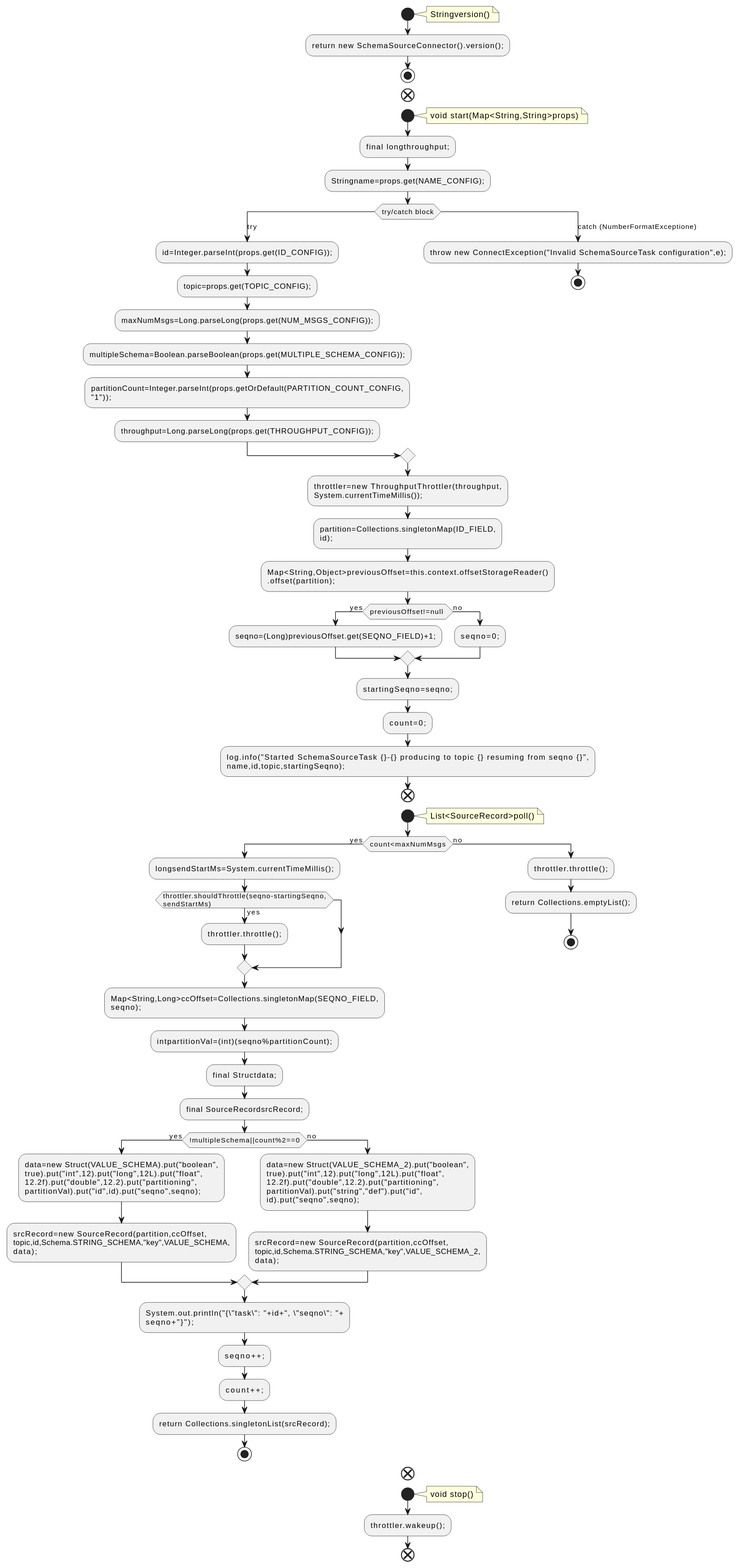
Above: docs/qc/connect/runtime/src/main/java/org/apache/kafka/connect/tools/SchemaSourceTask.java.fct.svg in qualitesys/kafka (PlantUML), before the change.
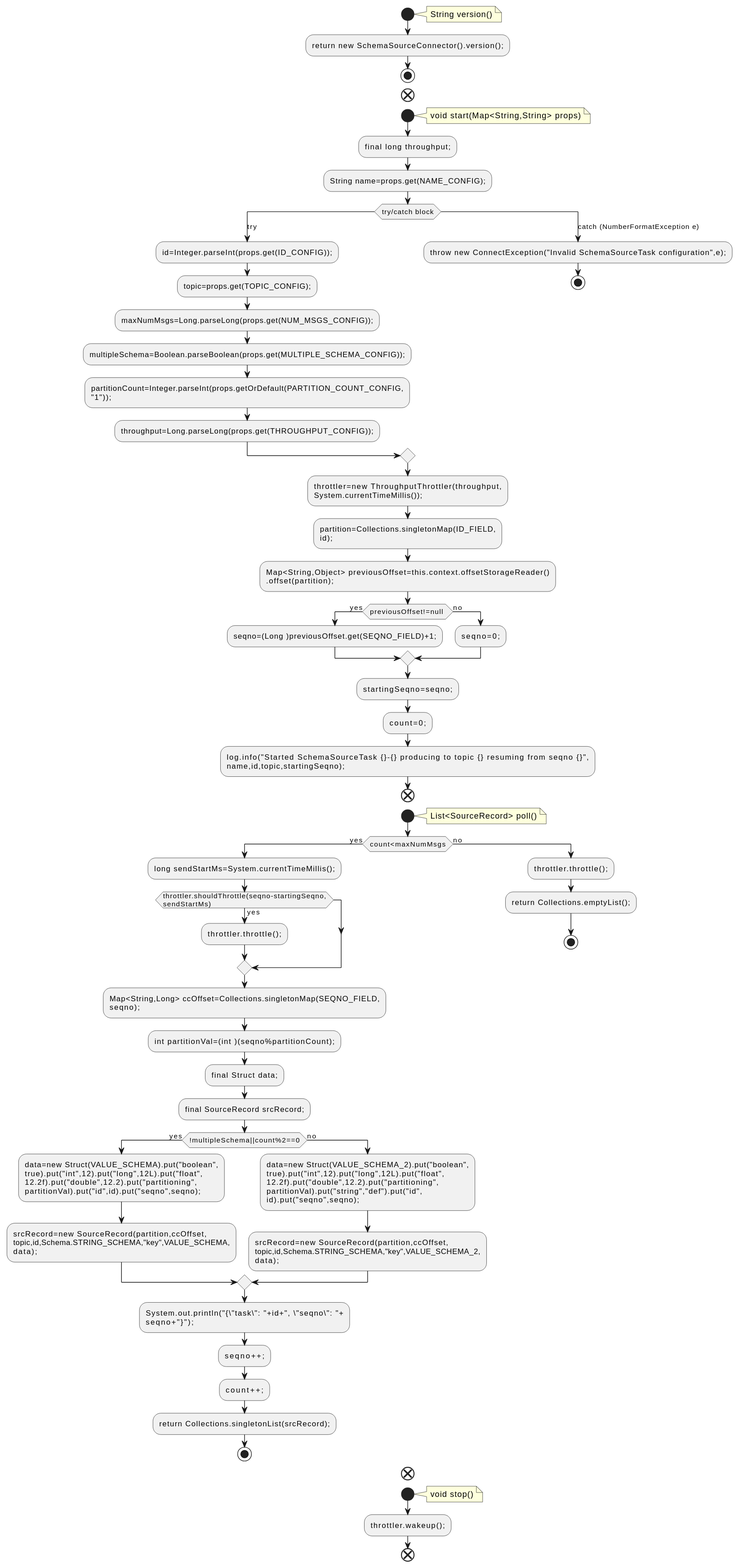
The same diagram one commit later.

The edit, as a diff of the source:
```diff
@@ -2,17 +2,17 @@
 !pragma layout smetana
 start
 note right
-Stringversion()
+String version()
 end note
 :return new SchemaSourceConnector().version();;
 stop
 end
 start
 note right
-void start(Map<String,String>props)
+void start(Map<String,String> props)
 end note
-:final longthroughput;;
-:Stringname=props.get(NAME_CONFIG);;
+:final long throughput;;
+:String name=props.get(NAME_CONFIG);;
 switch (try/catch block)
 case (try)
 :id=Integer.parseInt(props.get(ID_CONFIG));;
@@ -22,7 +22,7 @@
 :partitionCount=Integer.parseInt(props.getOrDefault(PARTITION_COUNT_CONFIG,
 "1"));;
 :throughput=Long.parseLong(props.get(THROUGHPUT_CONFIG));;
-case (catch (NumberFormatExceptione))
+case (catch (NumberFormatException e))
 :throw new ConnectException("Invalid SchemaSourceTask configuration",e);;
 stop
 endswitch
@@ -30,10 +30,10 @@
 System.currentTimeMillis());;
 :partition=Collections.singletonMap(ID_FIELD,
 id);;
-:Map<String,Object>previousOffset=this.context.offsetStorageReader()
+:Map<String,Object> previousOffset=this.context.offsetStorageReader()
 .offset(partition);;
 if (previousOffset!=null ) then (yes)
-:seqno=(Long)previousOffset.get(SEQNO_FIELD)+1;;
+:seqno=(Long )previousOffset.get(SEQNO_FIELD)+1;;
 else (no)
 :seqno=0;;
 endif
@@ -44,19 +44,19 @@
 end
 start
 note right
-List<SourceRecord>poll()
+List<SourceRecord> poll()
 end note
 if (count<maxNumMsgs) then (yes)
-:longsendStartMs=System.currentTimeMillis();;
+:long sendStartMs=System.currentTimeMillis();;
 if (throttler.shouldThrottle(seqno-startingSeqno,
 sendStartMs)) then (yes)
 :throttler.throttle();;
 endif
-:Map<String,Long>ccOffset=Collections.singletonMap(SEQNO_FIELD,
+:Map<String,Long> ccOffset=Collections.singletonMap(SEQNO_FIELD,
 seqno);;
-:intpartitionVal=(int)(seqno%partitionCount);;
-:final Structdata;;
-:final SourceRecordsrcRecord;;
+:int partitionVal=(int )(seqno%partitionCount);;
+:final Struct data;;
+:final SourceRecord srcRecord;;
 if (!multipleSchema||count%2==0) then (yes)
 :data=new Struct(VALUE_SCHEMA).put("boolean",
 true).put("int",12).put("long",12L).put("float",
```
